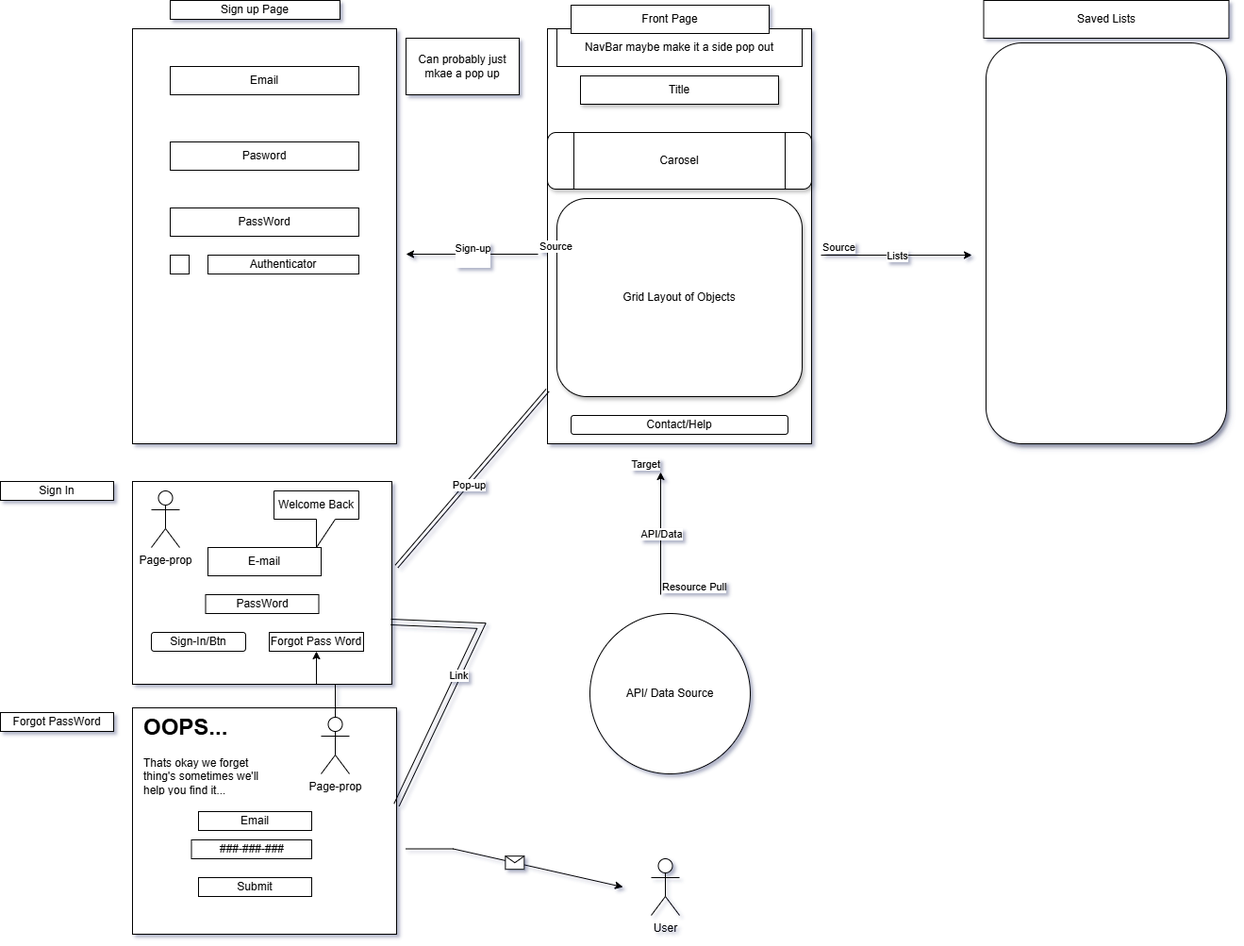
Above: Untitled Diagram.drawio.png in Blackhawk56210/Lvl-2-Project (draw.io), before the change. Source tidied: cells renumbered, new cells last; positions are measured from the earlier drawing's top-left corner, leaving out a move shared by most shapes.
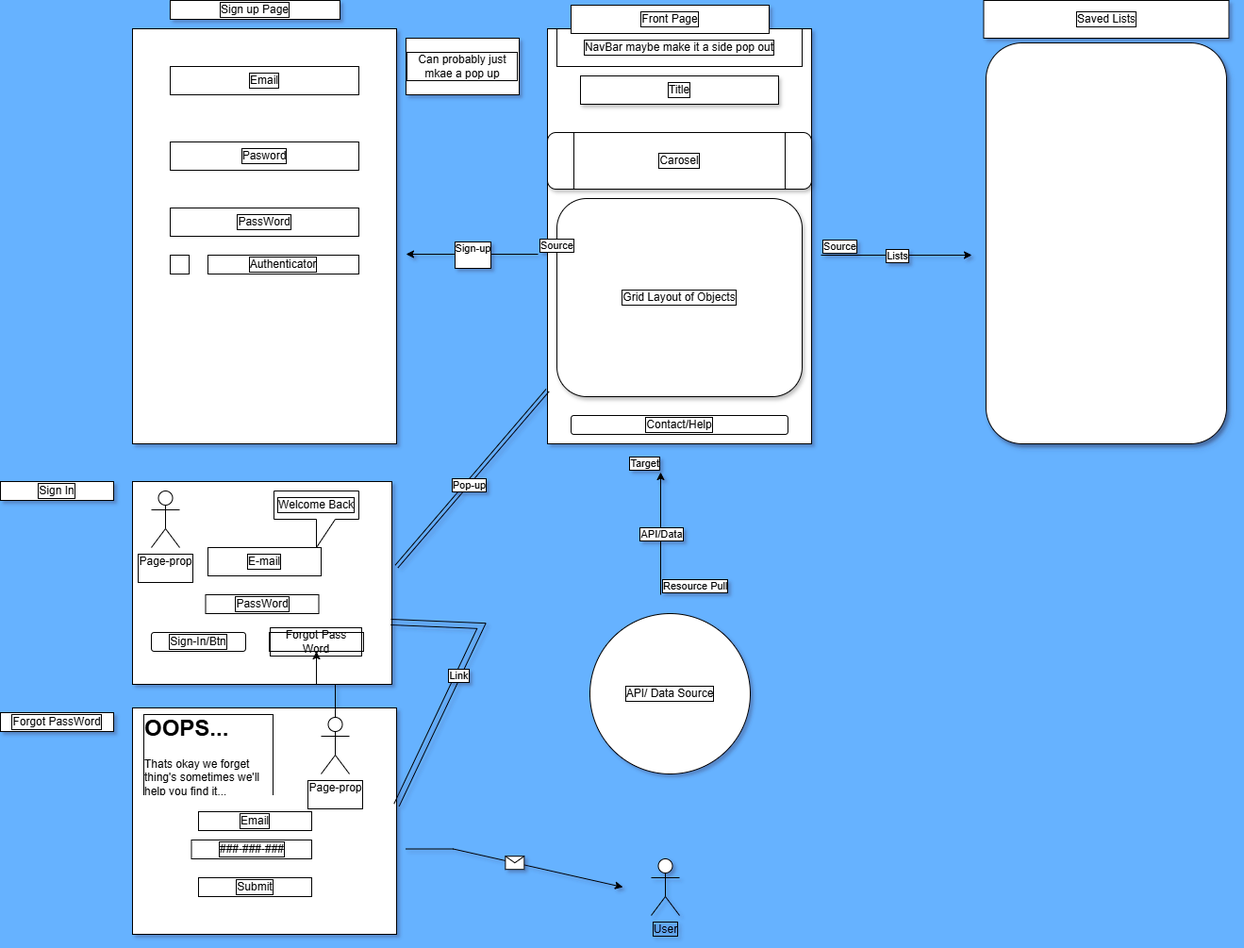
Later version of the same file.

Change to the diagram source:
```diff
@@ -1,86 +1,86 @@
-<mxGraphModel shadow="1">
+<mxGraphModel background="#66B2FF" shadow="1">
   <root>
     <mxCell id="0" />
     <mxCell id="1" parent="0" />
-    <mxCell id="2" style="rounded=0;whiteSpace=wrap;html=1;rotation=-90;" parent="1" vertex="1">
+    <mxCell id="2" style="rounded=0;whiteSpace=wrap;html=1;rotation=-90;labelBorderColor=default;" parent="1" vertex="1">
       <mxGeometry x="500" y="110" width="440" height="280" as="geometry" />
     </mxCell>
-    <mxCell id="3" style="rounded=1;whiteSpace=wrap;html=1;rotation=90;glass=0;shadow=1;" parent="1" vertex="1">
+    <mxCell id="3" style="rounded=1;whiteSpace=wrap;html=1;rotation=90;glass=0;shadow=1;labelBorderColor=default;" parent="1" vertex="1">
       <mxGeometry x="960" y="130" width="425" height="255" as="geometry" />
     </mxCell>
-    <mxCell id="4" value="Title" style="rounded=0;whiteSpace=wrap;html=1;shadow=1;" parent="1" vertex="1">
+    <mxCell id="4" value="Title" style="rounded=0;whiteSpace=wrap;html=1;shadow=1;labelBorderColor=default;" parent="1" vertex="1">
       <mxGeometry x="615" y="80" width="210" height="30" as="geometry" />
     </mxCell>
-    <mxCell id="5" value="Carosel" style="shape=process;whiteSpace=wrap;html=1;backgroundOutline=1;glass=0;rounded=1;shadow=1;" parent="1" vertex="1">
+    <mxCell id="5" value="Carosel" style="shape=process;whiteSpace=wrap;html=1;backgroundOutline=1;glass=0;rounded=1;shadow=1;labelBorderColor=default;" parent="1" vertex="1">
       <mxGeometry x="580" y="140" width="280" height="60" as="geometry" />
     </mxCell>
-    <mxCell id="6" value="Grid Layout of Objects" style="rounded=1;whiteSpace=wrap;html=1;shadow=1;" parent="1" vertex="1">
+    <mxCell id="6" value="Grid Layout of Objects" style="rounded=1;whiteSpace=wrap;html=1;shadow=1;labelBorderColor=default;" parent="1" vertex="1">
       <mxGeometry x="590" y="210" width="260" height="210" as="geometry" />
     </mxCell>
-    <mxCell id="7" value="Contact/Help" style="rounded=1;whiteSpace=wrap;html=1;" parent="1" vertex="1">
+    <mxCell id="7" value="Contact/Help" style="rounded=1;whiteSpace=wrap;html=1;labelBorderColor=default;" parent="1" vertex="1">
       <mxGeometry x="605" y="440" width="230" height="20" as="geometry" />
     </mxCell>
-    <mxCell id="8" value="NavBar maybe make it a side pop out" style="rounded=0;whiteSpace=wrap;html=1;" parent="1" vertex="1">
+    <mxCell id="8" value="NavBar maybe make it a side pop out" style="rounded=0;whiteSpace=wrap;html=1;labelBorderColor=default;" parent="1" vertex="1">
       <mxGeometry x="590" y="30" width="260" height="40" as="geometry" />
     </mxCell>
-    <mxCell id="9" value="Saved Lists" style="rounded=0;whiteSpace=wrap;html=1;" parent="1" vertex="1">
+    <mxCell id="9" value="Saved Lists" style="rounded=0;whiteSpace=wrap;html=1;labelBorderColor=default;" parent="1" vertex="1">
       <mxGeometry x="1042.5" width="260" height="40" as="geometry" />
     </mxCell>
-    <mxCell id="10" value="Front Page" style="rounded=0;whiteSpace=wrap;html=1;" parent="1" vertex="1">
+    <mxCell id="10" value="Front Page" style="rounded=0;whiteSpace=wrap;html=1;labelBorderColor=default;" parent="1" vertex="1">
       <mxGeometry x="605" y="5" width="210" height="30" as="geometry" />
     </mxCell>
-    <mxCell id="11" style="endArrow=classic;html=1;rounded=0;" parent="1" edge="1">
+    <mxCell id="11" style="endArrow=classic;html=1;rounded=0;labelBorderColor=default;" parent="1" edge="1">
       <mxGeometry relative="1" as="geometry">
         <mxPoint x="870" y="270" as="sourcePoint" />
         <mxPoint x="1030" y="270" as="targetPoint" />
       </mxGeometry>
     </mxCell>
-    <mxCell id="12" value="Lists" style="edgeLabel;html=1;align=center;verticalAlign=middle;" parent="11" vertex="1">
+    <mxCell id="12" value="Lists" style="edgeLabel;html=1;align=center;verticalAlign=middle;labelBorderColor=default;" parent="11" vertex="1">
       <mxGeometry relative="1" as="geometry" />
     </mxCell>
-    <mxCell id="13" value="Source" style="edgeLabel;html=1;align=left;verticalAlign=bottom;" parent="11" vertex="1">
+    <mxCell id="13" value="Source" style="edgeLabel;html=1;align=left;verticalAlign=bottom;labelBorderColor=default;" parent="11" vertex="1">
       <mxGeometry x="-1" relative="1" as="geometry" />
     </mxCell>
-    <mxCell id="14" value="API/ Data Source" style="ellipse;whiteSpace=wrap;html=1;" parent="1" vertex="1">
+    <mxCell id="14" value="API/ Data Source" style="ellipse;whiteSpace=wrap;html=1;labelBorderColor=default;" parent="1" vertex="1">
       <mxGeometry x="625" y="650" width="170" height="170" as="geometry" />
     </mxCell>
-    <mxCell id="15" style="endArrow=classic;html=1;rounded=0;" parent="1" edge="1">
+    <mxCell id="15" style="endArrow=classic;html=1;rounded=0;labelBorderColor=default;" parent="1" edge="1">
       <mxGeometry relative="1" as="geometry">
         <mxPoint x="700" y="630" as="sourcePoint" />
         <mxPoint x="700" y="500" as="targetPoint" />
       </mxGeometry>
     </mxCell>
-    <mxCell id="16" value="API/Data" style="edgeLabel;html=1;align=center;verticalAlign=middle;" parent="15" vertex="1">
+    <mxCell id="16" value="API/Data" style="edgeLabel;html=1;align=center;verticalAlign=middle;labelBorderColor=default;" parent="15" vertex="1">
       <mxGeometry relative="1" as="geometry" />
     </mxCell>
-    <mxCell id="17" value="Resource Pull" style="edgeLabel;html=1;align=left;verticalAlign=bottom;" parent="15" vertex="1">
+    <mxCell id="17" value="Resource Pull" style="edgeLabel;html=1;align=left;verticalAlign=bottom;labelBorderColor=default;" parent="15" vertex="1">
       <mxGeometry x="-1" relative="1" as="geometry" />
     </mxCell>
-    <mxCell id="18" value="Target" style="edgeLabel;html=1;align=right;verticalAlign=bottom;" parent="15" vertex="1">
+    <mxCell id="18" value="Target" style="edgeLabel;html=1;align=right;verticalAlign=bottom;labelBorderColor=default;" parent="15" vertex="1">
       <mxGeometry x="1" relative="1" as="geometry" />
     </mxCell>
-    <mxCell id="19" style="rounded=0;whiteSpace=wrap;html=1;" parent="1" vertex="1">
+    <mxCell id="19" style="rounded=0;whiteSpace=wrap;html=1;labelBorderColor=default;" parent="1" vertex="1">
       <mxGeometry x="140" y="30" width="280" height="440" as="geometry" />
     </mxCell>
-    <mxCell id="20" value="Sign up Page" style="rounded=0;whiteSpace=wrap;html=1;" parent="1" vertex="1">
+    <mxCell id="20" value="Sign up Page" style="rounded=0;whiteSpace=wrap;html=1;labelBorderColor=default;" parent="1" vertex="1">
       <mxGeometry x="180" width="180" height="20" as="geometry" />
     </mxCell>
-    <mxCell id="21" value="Email" style="rounded=0;whiteSpace=wrap;html=1;" parent="1" vertex="1">
+    <mxCell id="21" value="Email" style="rounded=0;whiteSpace=wrap;html=1;labelBorderColor=default;" parent="1" vertex="1">
       <mxGeometry x="180" y="70" width="200" height="30" as="geometry" />
     </mxCell>
-    <mxCell id="22" value="Pasword" style="rounded=0;whiteSpace=wrap;html=1;" parent="1" vertex="1">
+    <mxCell id="22" value="Pasword" style="rounded=0;whiteSpace=wrap;html=1;labelBorderColor=default;" parent="1" vertex="1">
       <mxGeometry x="180" y="150" width="200" height="30" as="geometry" />
     </mxCell>
-    <mxCell id="23" value="PassWord" style="rounded=0;whiteSpace=wrap;html=1;" parent="1" vertex="1">
+    <mxCell id="23" value="PassWord" style="rounded=0;whiteSpace=wrap;html=1;labelBorderColor=default;" parent="1" vertex="1">
       <mxGeometry x="180" y="220" width="200" height="30" as="geometry" />
     </mxCell>
-    <mxCell id="24" style="whiteSpace=wrap;html=1;" parent="1" vertex="1">
+    <mxCell id="24" style="whiteSpace=wrap;html=1;labelBorderColor=default;" parent="1" vertex="1">
       <mxGeometry x="180" y="270" width="20" height="20" as="geometry" />
     </mxCell>
-    <mxCell id="25" value="Authenticator" style="rounded=0;whiteSpace=wrap;html=1;" parent="1" vertex="1">
+    <mxCell id="25" value="Authenticator" style="rounded=0;whiteSpace=wrap;html=1;labelBorderColor=default;" parent="1" vertex="1">
       <mxGeometry x="220" y="270" width="160" height="20" as="geometry" />
     </mxCell>
-    <mxCell id="26" style="endArrow=classic;html=1;rounded=0;" parent="1" edge="1">
+    <mxCell id="26" style="endArrow=classic;html=1;rounded=0;labelBorderColor=default;" parent="1" edge="1">
       <mxGeometry relative="1" as="geometry">
         <mxPoint x="570" y="269" as="sourcePoint" />
         <mxPoint x="430" y="269" as="targetPoint" />
@@ -89,61 +89,61 @@
         </Array>
       </mxGeometry>
     </mxCell>
-    <mxCell id="27" value="Sign-up&lt;div&gt;&lt;br&gt;&lt;/div&gt;" style="edgeLabel;html=1;align=center;verticalAlign=middle;" parent="26" vertex="1">
+    <mxCell id="27" value="Sign-up&lt;div&gt;&lt;br&gt;&lt;/div&gt;" style="edgeLabel;html=1;align=center;verticalAlign=middle;labelBorderColor=default;" parent="26" vertex="1">
       <mxGeometry relative="1" as="geometry" />
     </mxCell>
-    <mxCell id="28" value="Source" style="edgeLabel;html=1;align=left;verticalAlign=bottom;" parent="26" vertex="1">
+    <mxCell id="28" value="Source" style="edgeLabel;html=1;align=left;verticalAlign=bottom;labelBorderColor=default;" parent="26" vertex="1">
       <mxGeometry x="-1" relative="1" as="geometry" />
     </mxCell>
-    <mxCell id="29" value="Can probably just mkae a pop up" style="rounded=0;whiteSpace=wrap;html=1;" parent="1" vertex="1">
+    <mxCell id="29" value="Can probably just mkae a pop up" style="rounded=0;whiteSpace=wrap;html=1;labelBorderColor=default;" parent="1" vertex="1">
       <mxGeometry x="430" y="40" width="120" height="60" as="geometry" />
     </mxCell>
-    <mxCell id="30" style="rounded=0;whiteSpace=wrap;html=1;rotation=90;" parent="1" vertex="1">
+    <mxCell id="30" style="rounded=0;whiteSpace=wrap;html=1;rotation=90;labelBorderColor=default;" parent="1" vertex="1">
       <mxGeometry x="170" y="480" width="215" height="275" as="geometry" />
     </mxCell>
-    <mxCell id="31" value="E-mail" style="rounded=0;whiteSpace=wrap;html=1;" parent="1" vertex="1">
+    <mxCell id="31" value="E-mail" style="rounded=0;whiteSpace=wrap;html=1;labelBorderColor=default;" parent="1" vertex="1">
       <mxGeometry x="220" y="580" width="120" height="30" as="geometry" />
     </mxCell>
-    <mxCell id="32" value="PassWord" style="rounded=0;whiteSpace=wrap;html=1;" parent="1" vertex="1">
+    <mxCell id="32" value="PassWord" style="rounded=0;whiteSpace=wrap;html=1;labelBorderColor=default;" parent="1" vertex="1">
       <mxGeometry x="217.5" y="630" width="120" height="20" as="geometry" />
     </mxCell>
-    <mxCell id="33" value="Welcome Back" style="shape=callout;whiteSpace=wrap;html=1;perimeter=calloutPerimeter;" parent="1" vertex="1">
+    <mxCell id="33" value="Welcome Back" style="shape=callout;whiteSpace=wrap;html=1;perimeter=calloutPerimeter;labelBorderColor=default;" parent="1" vertex="1">
       <mxGeometry x="290" y="520" width="90" height="60" as="geometry" />
     </mxCell>
-    <mxCell id="34" value="Page-prop&lt;div&gt;&lt;br&gt;&lt;/div&gt;" style="shape=umlActor;verticalLabelPosition=bottom;verticalAlign=top;html=1;" parent="1" vertex="1">
+    <mxCell id="34" value="Page-prop&lt;div&gt;&lt;br&gt;&lt;/div&gt;" style="shape=umlActor;verticalLabelPosition=bottom;verticalAlign=top;html=1;labelBorderColor=default;" parent="1" vertex="1">
       <mxGeometry x="160" y="520" width="30" height="60" as="geometry" />
     </mxCell>
-    <mxCell id="35" value="Sign-In/Btn" style="rounded=1;whiteSpace=wrap;html=1;" parent="1" vertex="1">
+    <mxCell id="35" value="Sign-In/Btn" style="rounded=1;whiteSpace=wrap;html=1;labelBorderColor=default;" parent="1" vertex="1">
       <mxGeometry x="160" y="670" width="100" height="20" as="geometry" />
     </mxCell>
-    <mxCell id="36" style="shape=link;html=1;rounded=0;entryX=0.419;entryY=-0.018;entryDx=0;entryDy=0;entryPerimeter=0;" parent="1" edge="1" source="2" target="30">
+    <mxCell id="36" style="shape=link;html=1;rounded=0;entryX=0.419;entryY=-0.018;entryDx=0;entryDy=0;entryPerimeter=0;labelBorderColor=default;" parent="1" edge="1" source="2" target="30">
       <mxGeometry relative="1" as="geometry" />
     </mxCell>
-    <mxCell id="37" value="Pop-up" style="edgeLabel;html=1;align=center;verticalAlign=middle;" parent="36" vertex="1">
+    <mxCell id="37" value="Pop-up" style="edgeLabel;html=1;align=center;verticalAlign=middle;labelBorderColor=default;" parent="36" vertex="1">
       <mxGeometry x="0.05" y="2" relative="1" as="geometry" />
     </mxCell>
-    <mxCell id="38" style="rounded=0;whiteSpace=wrap;html=1;" parent="1" vertex="1">
+    <mxCell id="38" style="rounded=0;whiteSpace=wrap;html=1;labelBorderColor=default;" parent="1" vertex="1">
       <mxGeometry x="140" y="750" width="280" height="240" as="geometry" />
     </mxCell>
-    <mxCell id="39" value="Forgot PassWord" style="rounded=0;whiteSpace=wrap;html=1;" parent="1" vertex="1">
+    <mxCell id="39" value="Forgot PassWord" style="rounded=0;whiteSpace=wrap;html=1;labelBorderColor=default;" parent="1" vertex="1">
       <mxGeometry y="755" width="120" height="20" as="geometry" />
     </mxCell>
-    <mxCell id="40" value="Sign In" style="rounded=0;whiteSpace=wrap;html=1;" parent="1" vertex="1">
+    <mxCell id="40" value="Sign In" style="rounded=0;whiteSpace=wrap;html=1;labelBorderColor=default;" parent="1" vertex="1">
       <mxGeometry y="510" width="120" height="20" as="geometry" />
     </mxCell>
-    <mxCell id="41" value="&lt;h1 style=&quot;margin-top: 0px;&quot;&gt;OOPS...&lt;/h1&gt;&lt;div&gt;Thats okay we forget thing's sometimes we'll help you find it...&lt;/div&gt;" style="text;html=1;whiteSpace=wrap;overflow=hidden;rounded=0;" parent="1" vertex="1">
+    <mxCell id="41" value="&lt;h1 style=&quot;margin-top: 0px;&quot;&gt;OOPS...&lt;/h1&gt;&lt;div&gt;Thats okay we forget thing's sometimes we'll help you find it...&lt;/div&gt;" style="text;html=1;whiteSpace=wrap;overflow=hidden;rounded=0;labelBorderColor=default;" parent="1" vertex="1">
       <mxGeometry x="150" y="750" width="140" height="90" as="geometry" />
     </mxCell>
-    <mxCell id="42" value="Email" style="rounded=0;whiteSpace=wrap;html=1;" parent="1" vertex="1">
+    <mxCell id="42" value="Email" style="rounded=0;whiteSpace=wrap;html=1;labelBorderColor=default;" parent="1" vertex="1">
       <mxGeometry x="210" y="860" width="120" height="20" as="geometry" />
     </mxCell>
-    <mxCell id="43" value="###-###-###" style="rounded=0;whiteSpace=wrap;html=1;" parent="1" vertex="1">
+    <mxCell id="43" value="###-###-###" style="rounded=0;whiteSpace=wrap;html=1;labelBorderColor=default;" parent="1" vertex="1">
       <mxGeometry x="202.5" y="890" width="127.5" height="20" as="geometry" />
     </mxCell>
-    <mxCell id="44" value="Submit" style="rounded=0;whiteSpace=wrap;html=1;" parent="1" vertex="1">
+    <mxCell id="44" value="Submit" style="rounded=0;whiteSpace=wrap;html=1;labelBorderColor=default;" parent="1" vertex="1">
       <mxGeometry x="210" y="930" width="120" height="20" as="geometry" />
     </mxCell>
-    <mxCell id="45" style="endArrow=classic;html=1;rounded=0;" parent="1" edge="1">
+    <mxCell id="45" style="endArrow=classic;html=1;rounded=0;labelBorderColor=default;" parent="1" edge="1">
       <mxGeometry relative="1" as="geometry">
         <mxPoint x="430" y="899.5" as="sourcePoint" />
         <mxPoint x="660" y="940" as="targetPoint" />
@@ -152,31 +152,31 @@
         </Array>
       </mxGeometry>
     </mxCell>
-    <mxCell id="46" style="shape=message;html=1;" parent="45" vertex="1">
+    <mxCell id="46" style="shape=message;html=1;labelBorderColor=default;" parent="45" vertex="1">
       <mxGeometry width="20" height="14" relative="1" as="geometry">
         <mxPoint x="-10" y="-7" as="offset" />
       </mxGeometry>
     </mxCell>
-    <mxCell id="47" value="User" style="shape=umlActor;verticalLabelPosition=bottom;verticalAlign=top;html=1;" parent="1" vertex="1">
+    <mxCell id="47" value="User" style="shape=umlActor;verticalLabelPosition=bottom;verticalAlign=top;html=1;labelBorderColor=default;" parent="1" vertex="1">
       <mxGeometry x="690" y="910" width="30" height="60" as="geometry" />
     </mxCell>
-    <mxCell id="48" style="edgeStyle=orthogonalEdgeStyle;rounded=0;jettySize=auto;html=1;" parent="1" edge="1" source="49" target="50">
+    <mxCell id="48" style="edgeStyle=orthogonalEdgeStyle;rounded=0;jettySize=auto;html=1;labelBorderColor=default;" parent="1" edge="1" source="49" target="50">
       <mxGeometry relative="1" as="geometry" />
     </mxCell>
-    <mxCell id="49" value="Page-prop&lt;div&gt;&lt;br&gt;&lt;/div&gt;" style="shape=umlActor;verticalLabelPosition=bottom;verticalAlign=top;html=1;outlineConnect=0;" parent="1" vertex="1">
+    <mxCell id="49" value="Page-prop&lt;div&gt;&lt;br&gt;&lt;/div&gt;" style="shape=umlActor;verticalLabelPosition=bottom;verticalAlign=top;html=1;outlineConnect=0;labelBorderColor=default;" parent="1" vertex="1">
       <mxGeometry x="340" y="760" width="30" height="60" as="geometry" />
     </mxCell>
-    <mxCell id="50" value="Forgot Pass Word" style="rounded=0;whiteSpace=wrap;html=1;" parent="1" vertex="1">
+    <mxCell id="50" value="Forgot Pass Word" style="rounded=0;whiteSpace=wrap;html=1;labelBorderColor=default;" parent="1" vertex="1">
       <mxGeometry x="285" y="670" width="100" height="20" as="geometry" />
     </mxCell>
-    <mxCell id="51" style="shape=link;html=1;rounded=0;width=6;exitX=0.693;exitY=0.004;exitDx=0;exitDy=0;exitPerimeter=0;entryX=1;entryY=0.429;entryDx=0;entryDy=0;entryPerimeter=0;" parent="1" edge="1" source="30" target="38">
+    <mxCell id="51" style="shape=link;html=1;rounded=0;width=6;exitX=0.693;exitY=0.004;exitDx=0;exitDy=0;exitPerimeter=0;entryX=1;entryY=0.429;entryDx=0;entryDy=0;entryPerimeter=0;labelBorderColor=default;" parent="1" edge="1" source="30" target="38">
       <mxGeometry relative="1" as="geometry">
         <Array as="points">
           <mxPoint x="510" y="663" />
         </Array>
       </mxGeometry>
     </mxCell>
-    <mxCell id="52" value="Link" style="edgeLabel;html=1;align=center;verticalAlign=middle;" parent="51" vertex="1">
+    <mxCell id="52" value="Link" style="edgeLabel;html=1;align=center;verticalAlign=middle;labelBorderColor=default;" parent="51" vertex="1">
       <mxGeometry relative="1" as="geometry" />
     </mxCell>
   </root>
```
